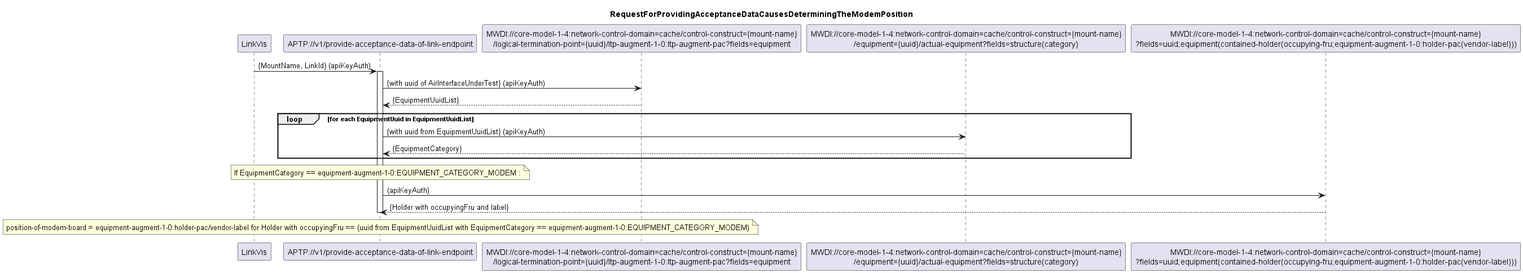
Before: spec/diagrams/ProvideAcceptanceDataOfLinkEndpoint/150_ModemPosition.png, a diagram exported from PlantUML (openBackhaul/AccessPlanningToolProxy).
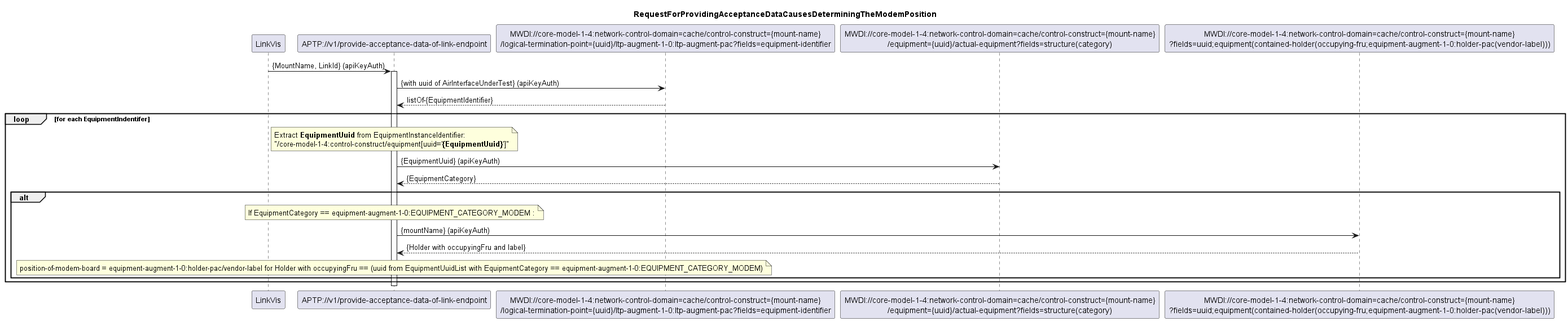
Above is the later version.

Commit message:
Replace deprecated ONF equipment leafrefs with equivalent instanceIdentifiers at DeterminingTheModemPosition

The edit, as a diff of the source:
```diff
@@ -7,7 +7,7 @@
 
 participant "LinkVis" as LinkVis
 participant "APTP://v1/provide-acceptance-data-of-link-endpoint" as APTP
-participant "MWDI://core-model-1-4:network-control-domain=cache/control-construct={mount-name}\n/logical-termination-point={uuid}/ltp-augment-1-0:ltp-augment-pac?fields=equipment" as EquipmentUuid
+participant "MWDI://core-model-1-4:network-control-domain=cache/control-construct={mount-name}\n/logical-termination-point={uuid}/ltp-augment-1-0:ltp-augment-pac?fields=equipment-identifier" as EquipmentIdentifier
 participant "MWDI://core-model-1-4:network-control-domain=cache/control-construct={mount-name}\n/equipment={uuid}/actual-equipment?fields=structure(category)" as EquipmentCategory
 participant "MWDI://core-model-1-4:network-control-domain=cache/control-construct={mount-name}\n?fields=uuid;equipment(contained-holder(occupying-fru;equipment-augment-1-0:holder-pac(vendor-label)))" as HolderLabel
 
@@ -15,24 +15,33 @@
 LinkVis -> APTP: {MountName, LinkId} (apiKeyAuth)
 activate APTP
 
-APTP -> EquipmentUuid: {with uuid of AirInterfaceUnderTest} (apiKeyAuth)
-EquipmentUuid --> APTP: {EquipmentUuidList}
+APTP -> EquipmentIdentifier: {with uuid of AirInterfaceUnderTest} (apiKeyAuth)
+EquipmentIdentifier --> APTP: listOf-{EquipmentIdentifier}
 
-loop for each EquipmentUuid in EquipmentUuidList
-APTP -> EquipmentCategory: {with uuid from EquipmentUuidList} (apiKeyAuth)
-EquipmentCategory --> APTP: {EquipmentCategory}
+loop for each EquipmentIndentifer
 
-end
-note over APTP
-If EquipmentCategory == equipment-augment-1-0:EQUIPMENT_CATEGORY_MODEM :
-end note
+    note over APTP
+        Extract **EquipmentUuid** from EquipmentInstanceIdentifier:
+        "/core-model-1-4:control-construct/equipment[uuid='**{EquipmentUuid}**']"
+    end note
 
-APTP -> HolderLabel: (apiKeyAuth)
-HolderLabel --> APTP: {Holder with occupyingFru and label}
+    APTP -> EquipmentCategory: {EquipmentUuid} (apiKeyAuth)
+    EquipmentCategory --> APTP: {EquipmentCategory}
 
-note over APTP
-position-of-modem-board = equipment-augment-1-0:holder-pac/vendor-label for Holder with occupyingFru == (uuid from EquipmentUuidList with EquipmentCategory == equipment-augment-1-0:EQUIPMENT_CATEGORY_MODEM)
-end note
+    alt
+        note over APTP
+            If EquipmentCategory == equipment-augment-1-0:EQUIPMENT_CATEGORY_MODEM :
+        end note
+
+        APTP -> HolderLabel: {mountName} (apiKeyAuth)
+        HolderLabel --> APTP: {Holder with occupyingFru and label}
+
+        note over APTP
+            position-of-modem-board = equipment-augment-1-0:holder-pac/vendor-label for Holder with occupyingFru == (uuid from EquipmentUuidList with EquipmentCategory == equipment-augment-1-0:EQUIPMENT_CATEGORY_MODEM)
+        end note
+    end alt
+
+end loop
 
 deactivate APTP
 
```
